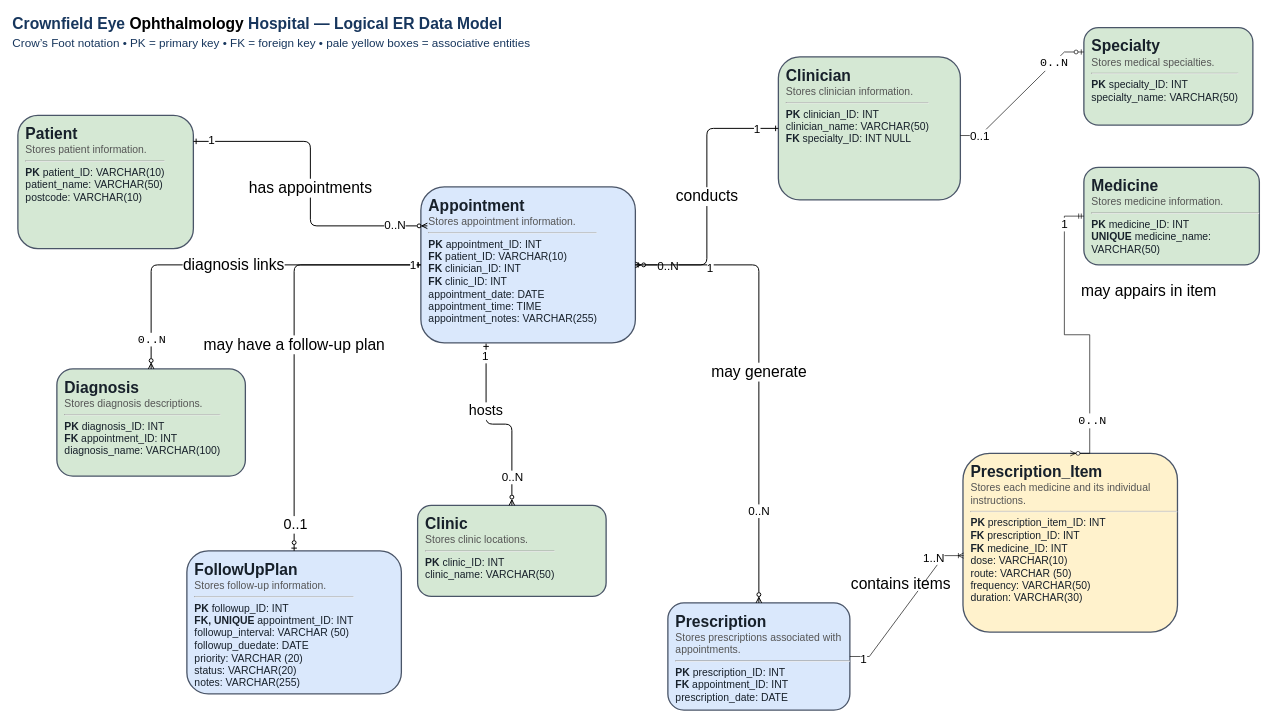
Earlier version of the draw.io diagram ERD/A2_Crownfield_Eye_Ophthalmology_Hospital_Logical_ERD.drawio (ValentinaGBS/CPU4103-project). Source tidied: cells renumbered, new cells numbered last; positions are measured from the earlier drawing's top-left corner, leaving out a move shared by most shapes. Both pictures are drawn from the tidied source at 65%, with x=0, y=0 at pixel (11, 11).
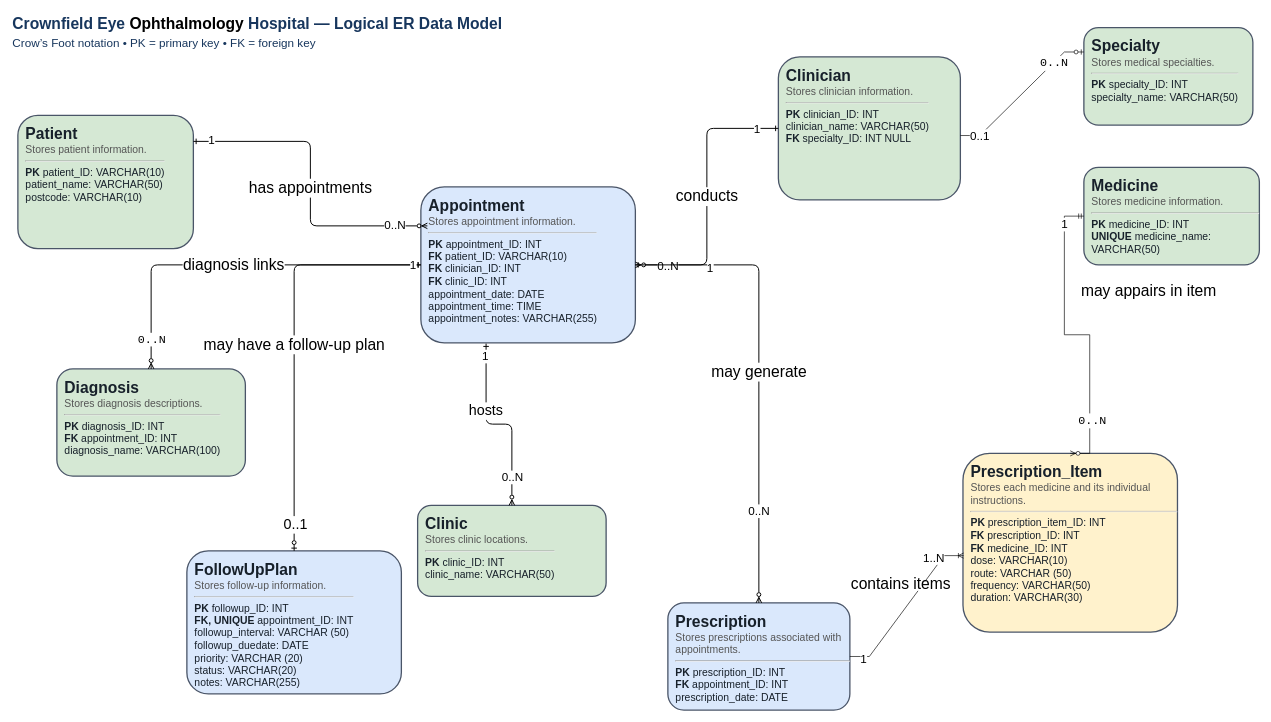
Above is the later version.

What changed in the source:
```diff
@@
-    <mxCell id="29" value="&lt;font style=&quot;font-size: 24px;&quot;&gt;&lt;b&gt;Crownfield Eye&amp;nbsp;&lt;/b&gt;&lt;span lang=&quot;EN-US&quot; style=&quot;color: black; line-height: 14.2667px; font-family: Aptos, sans-serif;&quot;&gt;&lt;font style=&quot;&quot;&gt;&lt;b&gt;Ophthalmology&amp;nbsp;&lt;/b&gt;&lt;/font&gt;&lt;/span&gt;&lt;span style=&quot;color: rgb(0, 0, 0);&quot;&gt;&lt;/span&gt;&lt;b&gt;Hospital — Logical ER Data Model&lt;/b&gt;&lt;/font&gt;&lt;br&gt;&lt;font style=&quot;font-size: 18px;&quot;&gt;Crow’s Foot notation • PK = primary key • FK = foreign key • pale yellow boxes = associative entities&lt;/font&gt;" style="text;html=1;align=left;verticalAlign=middle;whiteSpace=wrap;fontSize=22;fontColor=#17365d;" parent="1" vertex="1">
+    <mxCell id="29" value="&lt;font style=&quot;font-size: 24px;&quot;&gt;&lt;b&gt;Crownfield Eye&amp;nbsp;&lt;/b&gt;&lt;span lang=&quot;EN-US&quot; style=&quot;color: black; line-height: 14.2667px; font-family: Aptos, sans-serif;&quot;&gt;&lt;font style=&quot;&quot;&gt;&lt;b&gt;Ophthalmology&amp;nbsp;&lt;/b&gt;&lt;/font&gt;&lt;/span&gt;&lt;span style=&quot;color: rgb(0, 0, 0);&quot;&gt;&lt;/span&gt;&lt;b&gt;Hospital — Logical ER Data Model&lt;/b&gt;&lt;/font&gt;&lt;br&gt;&lt;font style=&quot;font-size: 18px;&quot;&gt;Crow’s Foot notation • PK = primary key • FK = foreign key&lt;/font&gt;" style="text;html=1;align=left;verticalAlign=middle;whiteSpace=wrap;fontSize=22;fontColor=#17365d;" parent="1" vertex="1">
       <mxGeometry width="1500" height="65" as="geometry" />
     </mxCell>
```
